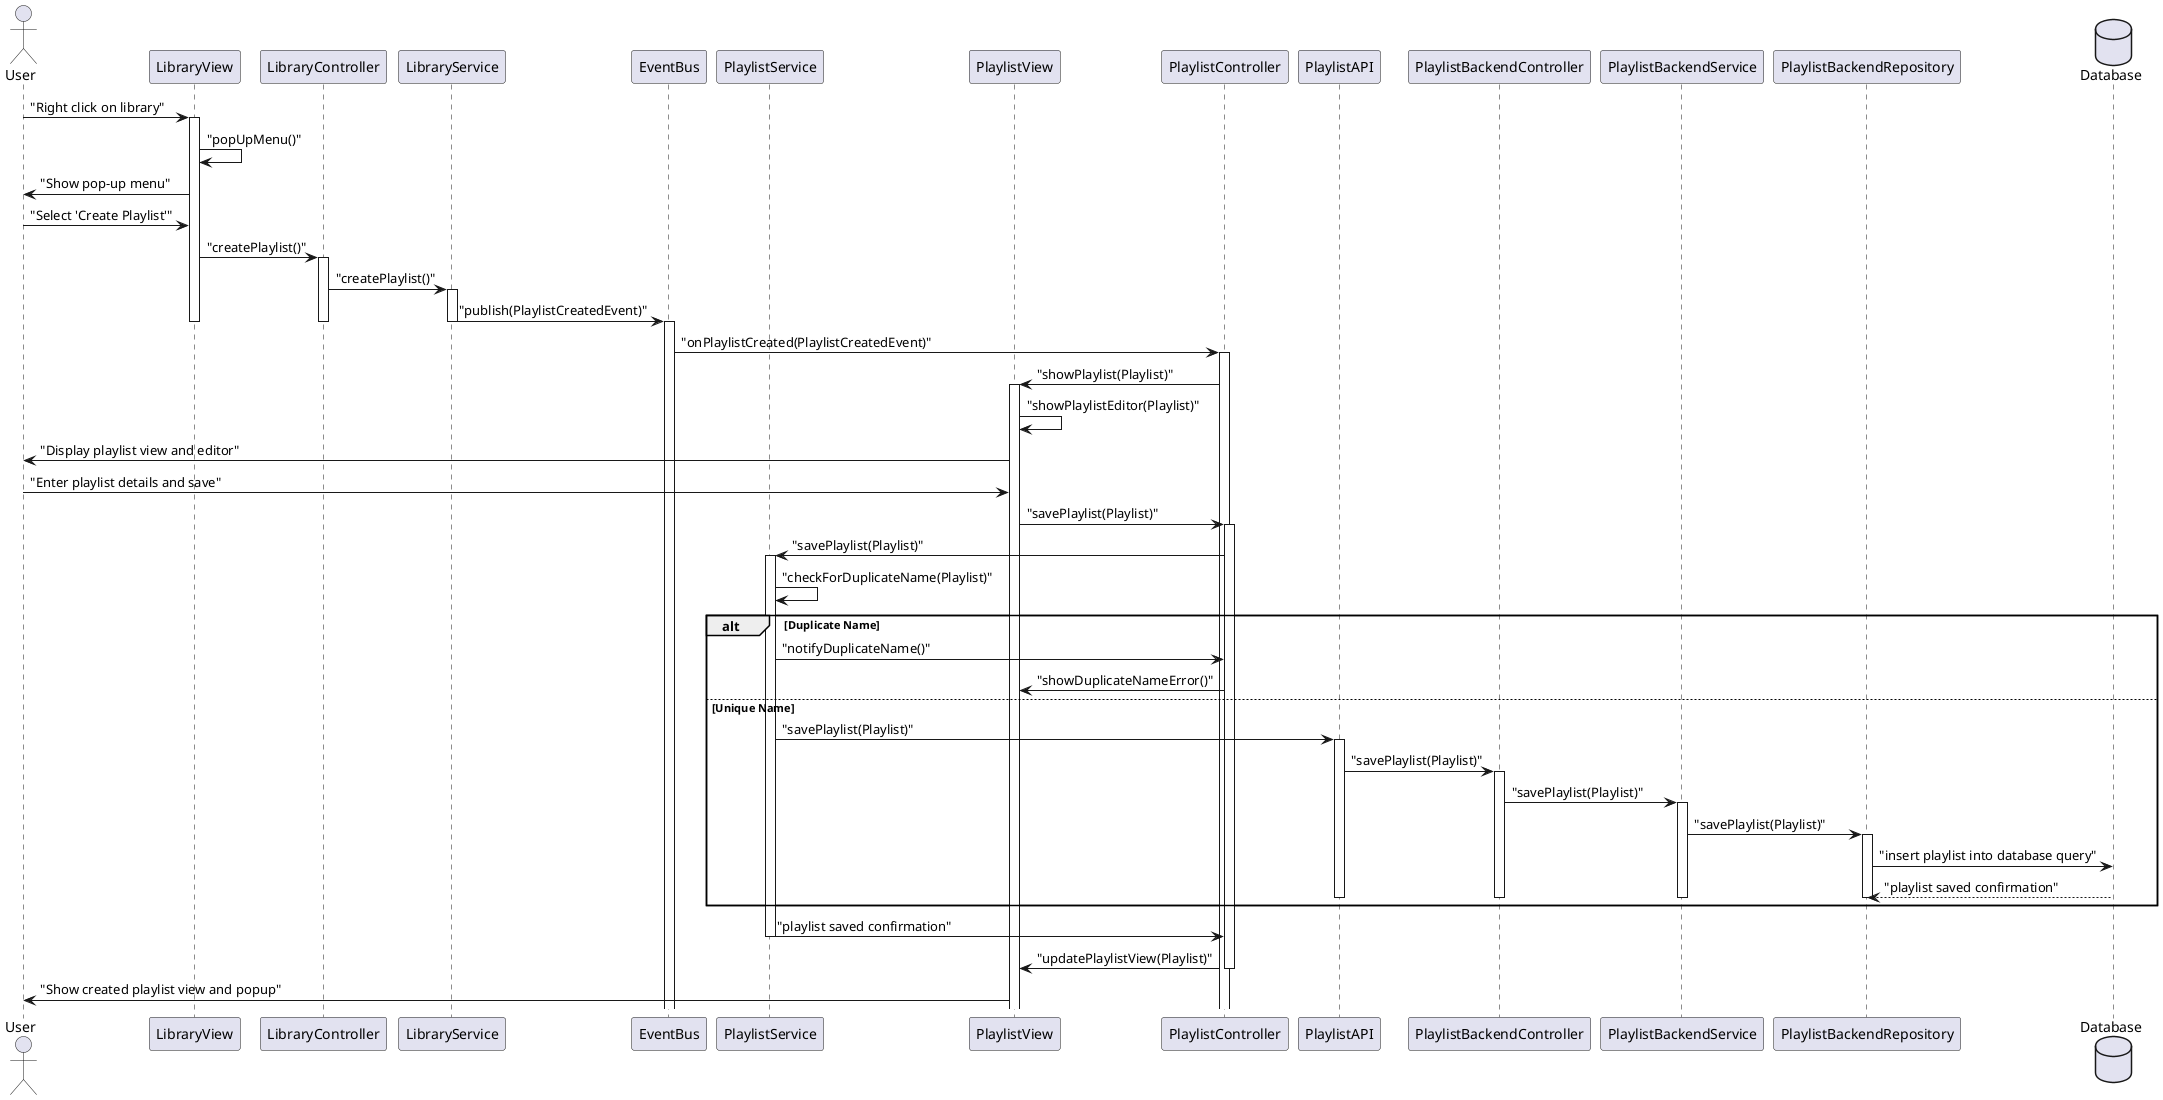
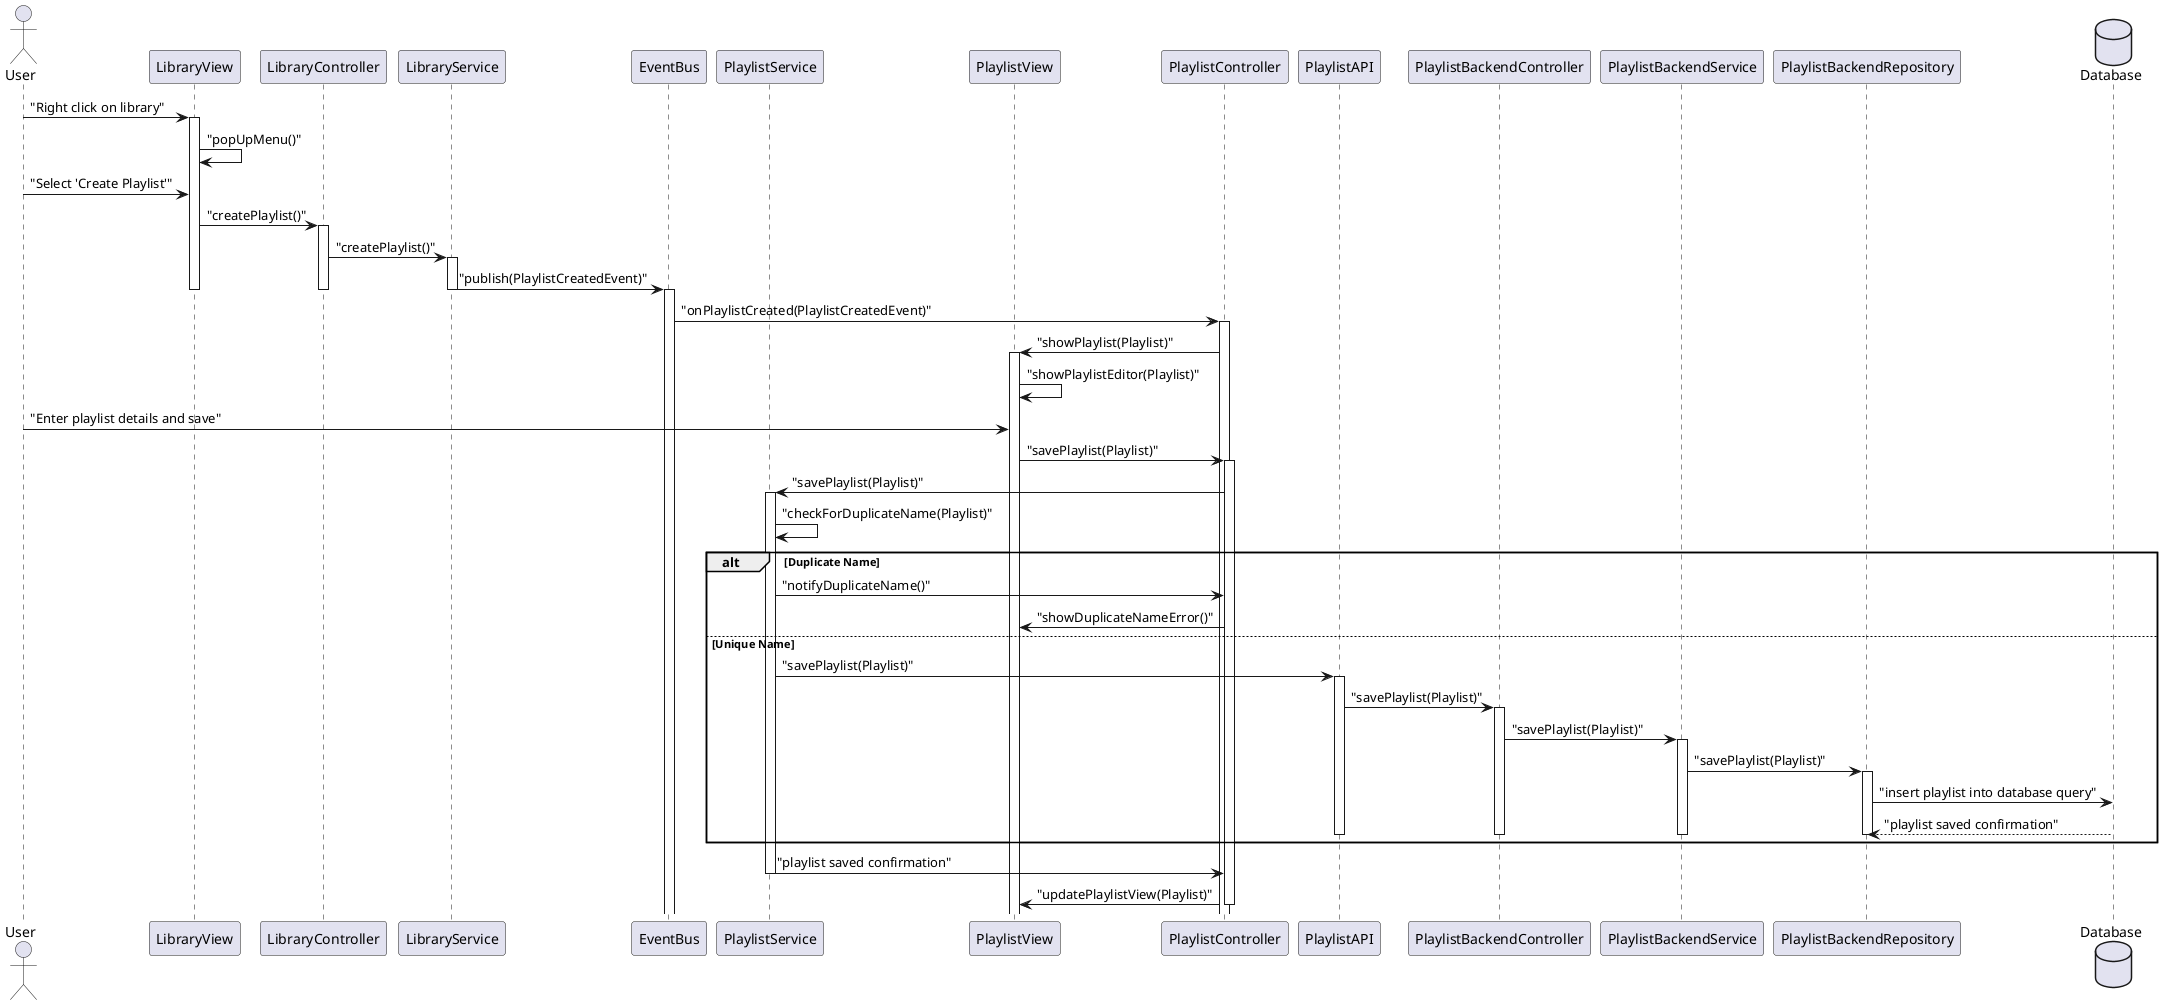
@startuml CreatePlaylist
actor User as user
participant LibraryView as libraryView
participant LibraryController as libraryController
participant LibraryService as libraryService
participant EventBus as eventBus
participant PlaylistService as playlistService
participant PlaylistView as playlistView
participant PlaylistController as playlistController
    participant PlaylistAPI as playlistApi
    participant PlaylistBackendController as playlistBackendController
    participant PlaylistBackendService as playlistBackendService
    participant PlaylistBackendRepository as playlistBackendRepository
    database Database as database
user -> libraryView: "Right click on library"
activate libraryView
libraryView -> libraryView : "popUpMenu()"
- libraryView -> user : "Show pop-up menu"
+ 'libraryView -> user : "Show pop-up menu"
user -> libraryView : "Select 'Create Playlist'"
libraryView -> libraryController : "createPlaylist()"
activate libraryController
libraryController -> libraryService : "createPlaylist()"
activate libraryService
libraryService -> eventBus : "publish(PlaylistCreatedEvent)"
deactivate libraryService
deactivate libraryController
deactivate libraryView
activate eventBus
eventBus -> playlistController : "onPlaylistCreated(PlaylistCreatedEvent)"
activate playlistController
playlistController -> playlistView : "showPlaylist(Playlist)"
activate playlistView
playlistView -> playlistView : "showPlaylistEditor(Playlist)"
- playlistView -> user : "Display playlist view and editor"
+ 'playlistView -> user : "Display playlist view and editor"
user -> playlistView : "Enter playlist details and save"
playlistView -> playlistController : "savePlaylist(Playlist)"
activate playlistController
playlistController -> playlistService : "savePlaylist(Playlist)"
activate playlistService
playlistService -> playlistService : "checkForDuplicateName(Playlist)"
alt Duplicate Name
    playlistService -> playlistController : "notifyDuplicateName()"
    playlistController -> playlistView : "showDuplicateNameError()"
else Unique Name
    playlistService -> playlistApi : "savePlaylist(Playlist)"
    activate playlistApi
    playlistApi -> playlistBackendController : "savePlaylist(Playlist)"
    activate playlistBackendController
    playlistBackendController -> playlistBackendService : "savePlaylist(Playlist)"
    activate playlistBackendService
    playlistBackendService -> playlistBackendRepository : "savePlaylist(Playlist)"
    activate playlistBackendRepository
    playlistBackendRepository -> database : "insert playlist into database query"
    database --> playlistBackendRepository : "playlist saved confirmation"
    deactivate playlistBackendRepository
    deactivate playlistBackendService
    deactivate playlistBackendController
    deactivate playlistApi
end
playlistService -> playlistController : "playlist saved confirmation"
deactivate playlistService
playlistController -> playlistView : "updatePlaylistView(Playlist)"
deactivate playlistController
- playlistView -> user : "Show created playlist view and popup"
+ 'playlistView -> user : "Show created playlist view and popup"
@enduml